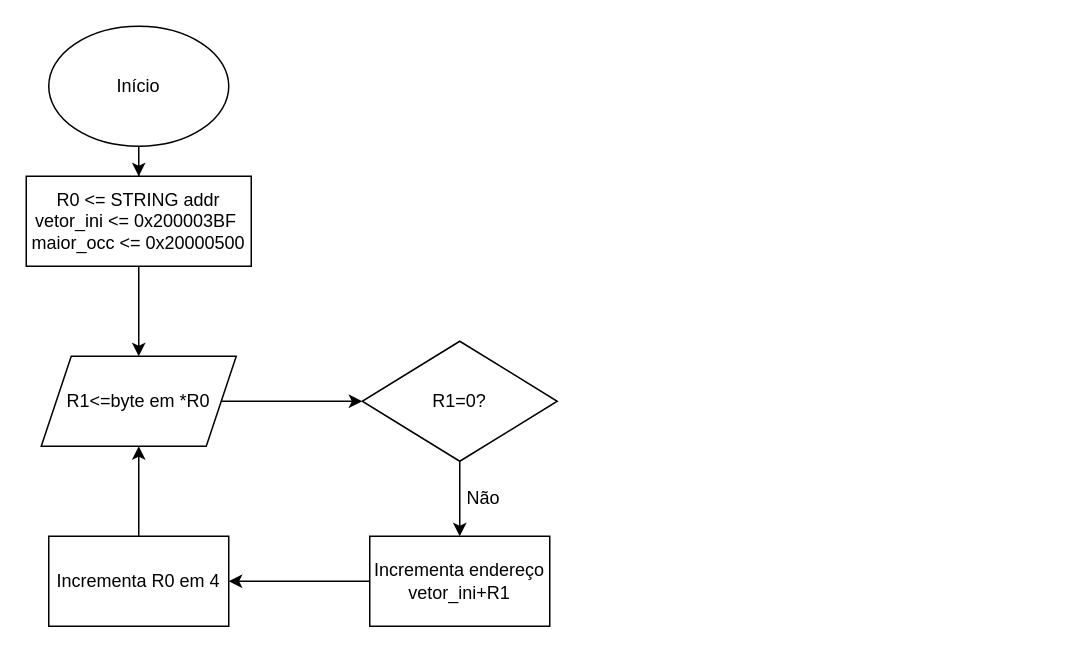
Joao-UTFPR/Microcontrolados keeps this draw.io diagram as Sistemas Microcontrolados/Lab1.drawio. Above is the earlier version. Source tidied: cells renumbered, new cells numbered last; positions are measured from the earlier drawing's top-left corner, leaving out a move shared by most shapes. Both pictures are drawn from the tidied source at 150%, with x=0, y=0 at pixel (26, 26).
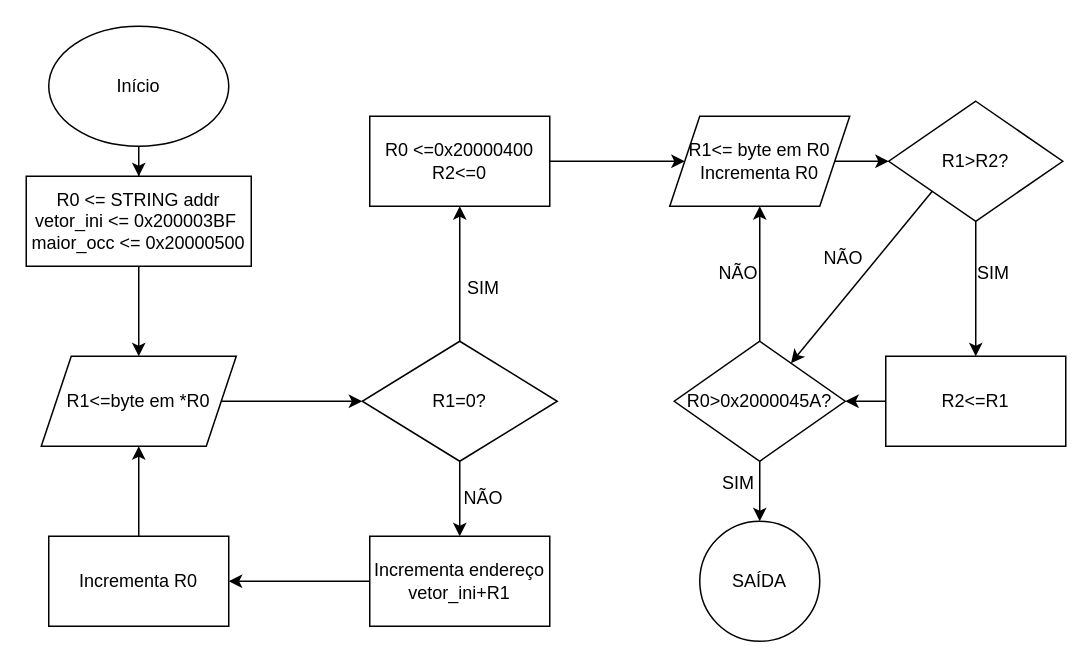
The same diagram, later.

Unchanged cells that the change refers to:
```xml
<mxCell id="12" value="R1=0?" style="rhombus;whiteSpace=wrap;html=1;" parent="1" vertex="1">
  <mxGeometry x="224" y="210" width="130" height="80" as="geometry" />
</mxCell>
```

Change to the diagram source:
```diff
@@
+    <mxCell id="16" style="edgeStyle=orthogonalEdgeStyle;rounded=0;jettySize=auto;html=1;" parent="1" edge="1" source="12" target="18">
+      <mxGeometry relative="1" as="geometry" />
+    </mxCell>
@@
-    <mxCell id="13" value="Não" style="text;html=1;strokeColor=none;fillColor=none;align=center;verticalAlign=middle;whiteSpace=wrap;rounded=0;" parent="1" vertex="1">
+    <mxCell id="13" value="NÃO" style="text;html=1;strokeColor=none;fillColor=none;align=center;verticalAlign=middle;whiteSpace=wrap;rounded=0;" parent="1" vertex="1">
       <mxGeometry x="275" y="300" width="60" height="30" as="geometry" />
     </mxCell>
@@
-    <mxCell id="15" value="Incrementa R0 em 4" style="whiteSpace=wrap;html=1;" parent="1" vertex="1">
+    <mxCell id="15" value="Incrementa R0" style="whiteSpace=wrap;html=1;" parent="1" vertex="1">
       <mxGeometry x="15" y="340" width="120" height="60" as="geometry" />
     </mxCell>
+    <mxCell id="17" style="edgeStyle=orthogonalEdgeStyle;rounded=0;jettySize=auto;html=1;" parent="1" edge="1" source="18" target="20">
+      <mxGeometry relative="1" as="geometry" />
+    </mxCell>
+    <mxCell id="18" value="R0 &amp;lt;=0x20000400&lt;br&gt;R2&amp;lt;=0" style="whiteSpace=wrap;html=1;" parent="1" vertex="1">
+      <mxGeometry x="229" y="60" width="120" height="60" as="geometry" />
+    </mxCell>
+    <mxCell id="19" style="edgeStyle=orthogonalEdgeStyle;rounded=0;jettySize=auto;html=1;" parent="1" edge="1" source="20" target="23">
+      <mxGeometry relative="1" as="geometry" />
+    </mxCell>
+    <mxCell id="20" value="R1&amp;lt;= byte em R0&lt;br&gt;Incrementa R0" style="shape=parallelogram;perimeter=parallelogramPerimeter;whiteSpace=wrap;html=1;fixedSize=1;" parent="1" vertex="1">
+      <mxGeometry x="429" y="60" width="120" height="60" as="geometry" />
+    </mxCell>
+    <mxCell id="21" style="edgeStyle=orthogonalEdgeStyle;rounded=0;jettySize=auto;html=1;" parent="1" edge="1" source="23" target="25">
+      <mxGeometry relative="1" as="geometry" />
+    </mxCell>
+    <mxCell id="22" style="rounded=0;jettySize=auto;html=1;exitX=0;exitY=1;exitDx=0;exitDy=0;" parent="1" edge="1" source="23" target="28">
+      <mxGeometry relative="1" as="geometry" />
+    </mxCell>
+    <mxCell id="23" value="R1&amp;gt;R2?" style="rhombus;whiteSpace=wrap;html=1;" parent="1" vertex="1">
+      <mxGeometry x="575" y="50" width="116" height="80" as="geometry" />
+    </mxCell>
+    <mxCell id="24" style="edgeStyle=orthogonalEdgeStyle;rounded=0;jettySize=auto;html=1;" parent="1" edge="1" source="25" target="28">
+      <mxGeometry relative="1" as="geometry" />
+    </mxCell>
+    <mxCell id="25" value="R2&amp;lt;=R1" style="whiteSpace=wrap;html=1;" parent="1" vertex="1">
+      <mxGeometry x="573" y="220" width="120" height="60" as="geometry" />
+    </mxCell>
+    <mxCell id="26" style="edgeStyle=orthogonalEdgeStyle;rounded=0;jettySize=auto;html=1;" parent="1" edge="1" source="28" target="29">
+      <mxGeometry relative="1" as="geometry" />
+    </mxCell>
+    <mxCell id="27" style="edgeStyle=orthogonalEdgeStyle;rounded=0;jettySize=auto;html=1;exitX=0.5;exitY=0;exitDx=0;exitDy=0;entryX=0.5;entryY=1;entryDx=0;entryDy=0;" parent="1" edge="1" source="28" target="20">
+      <mxGeometry relative="1" as="geometry" />
+    </mxCell>
+    <mxCell id="28" value="R0&amp;gt;0x2000045A?" style="rhombus;whiteSpace=wrap;html=1;" parent="1" vertex="1">
+      <mxGeometry x="432" y="210" width="114" height="80" as="geometry" />
+    </mxCell>
+    <mxCell id="29" value="SAÍDA" style="ellipse;whiteSpace=wrap;html=1;" parent="1" vertex="1">
+      <mxGeometry x="449" y="330" width="80" height="80" as="geometry" />
+    </mxCell>
+    <mxCell id="30" value="SIM" style="text;html=1;strokeColor=none;fillColor=none;align=center;verticalAlign=middle;whiteSpace=wrap;rounded=0;" parent="1" vertex="1">
+      <mxGeometry x="275" y="160" width="60" height="30" as="geometry" />
+    </mxCell>
+    <mxCell id="31" value="SIM" style="text;html=1;strokeColor=none;fillColor=none;align=center;verticalAlign=middle;whiteSpace=wrap;rounded=0;" parent="1" vertex="1">
+      <mxGeometry x="445" y="290" width="60" height="30" as="geometry" />
+    </mxCell>
+    <mxCell id="32" value="NÃO" style="text;html=1;strokeColor=none;fillColor=none;align=center;verticalAlign=middle;whiteSpace=wrap;rounded=0;" parent="1" vertex="1">
+      <mxGeometry x="445" y="150" width="60" height="30" as="geometry" />
+    </mxCell>
+    <mxCell id="33" value="SIM" style="text;html=1;strokeColor=none;fillColor=none;align=center;verticalAlign=middle;whiteSpace=wrap;rounded=0;" parent="1" vertex="1">
+      <mxGeometry x="615" y="150" width="60" height="30" as="geometry" />
+    </mxCell>
+    <mxCell id="34" value="NÃO" style="text;html=1;strokeColor=none;fillColor=none;align=center;verticalAlign=middle;whiteSpace=wrap;rounded=0;" parent="1" vertex="1">
+      <mxGeometry x="515" y="140" width="60" height="30" as="geometry" />
+    </mxCell>
```
